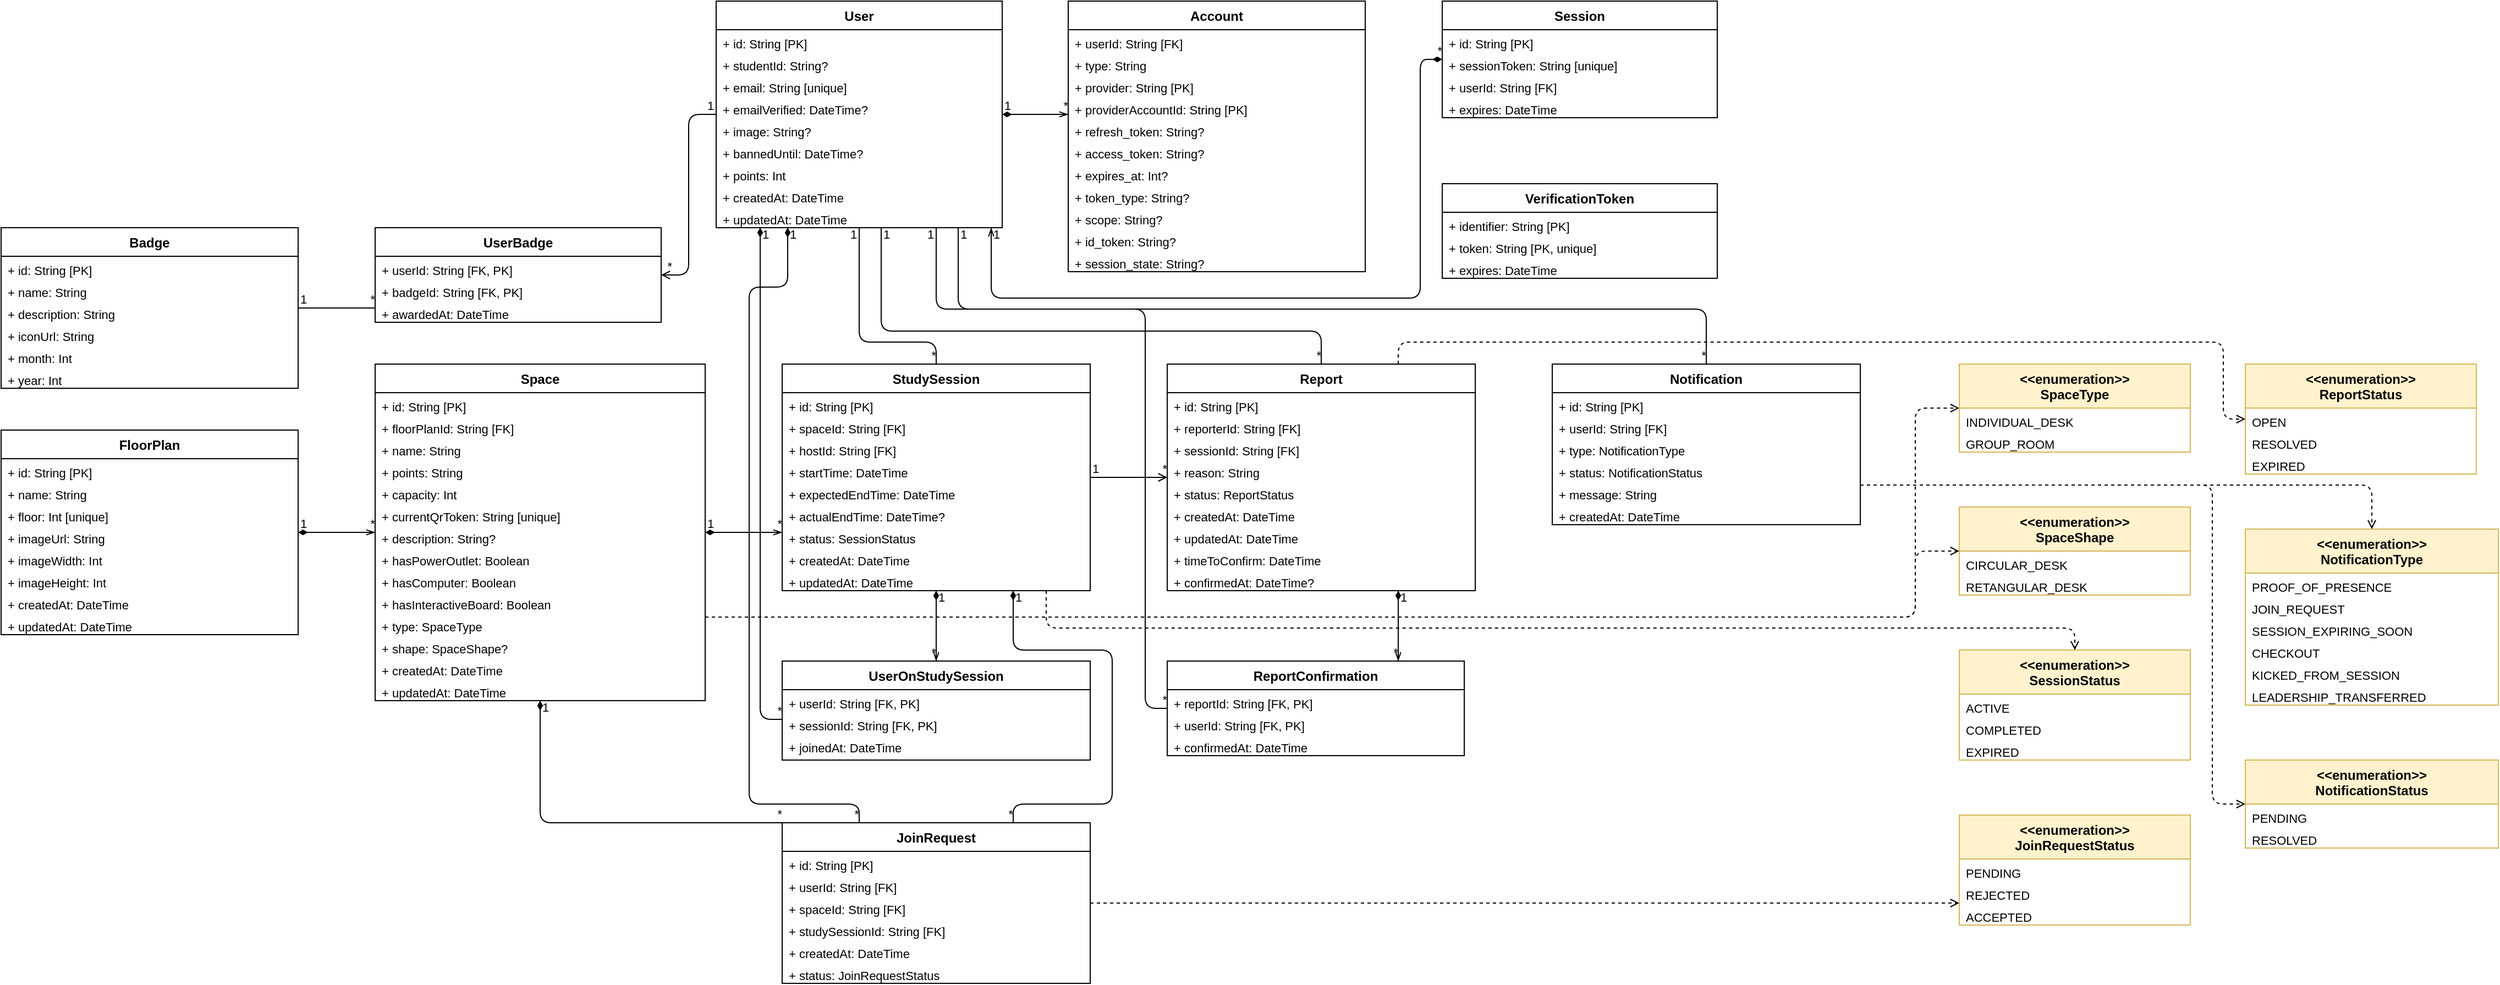
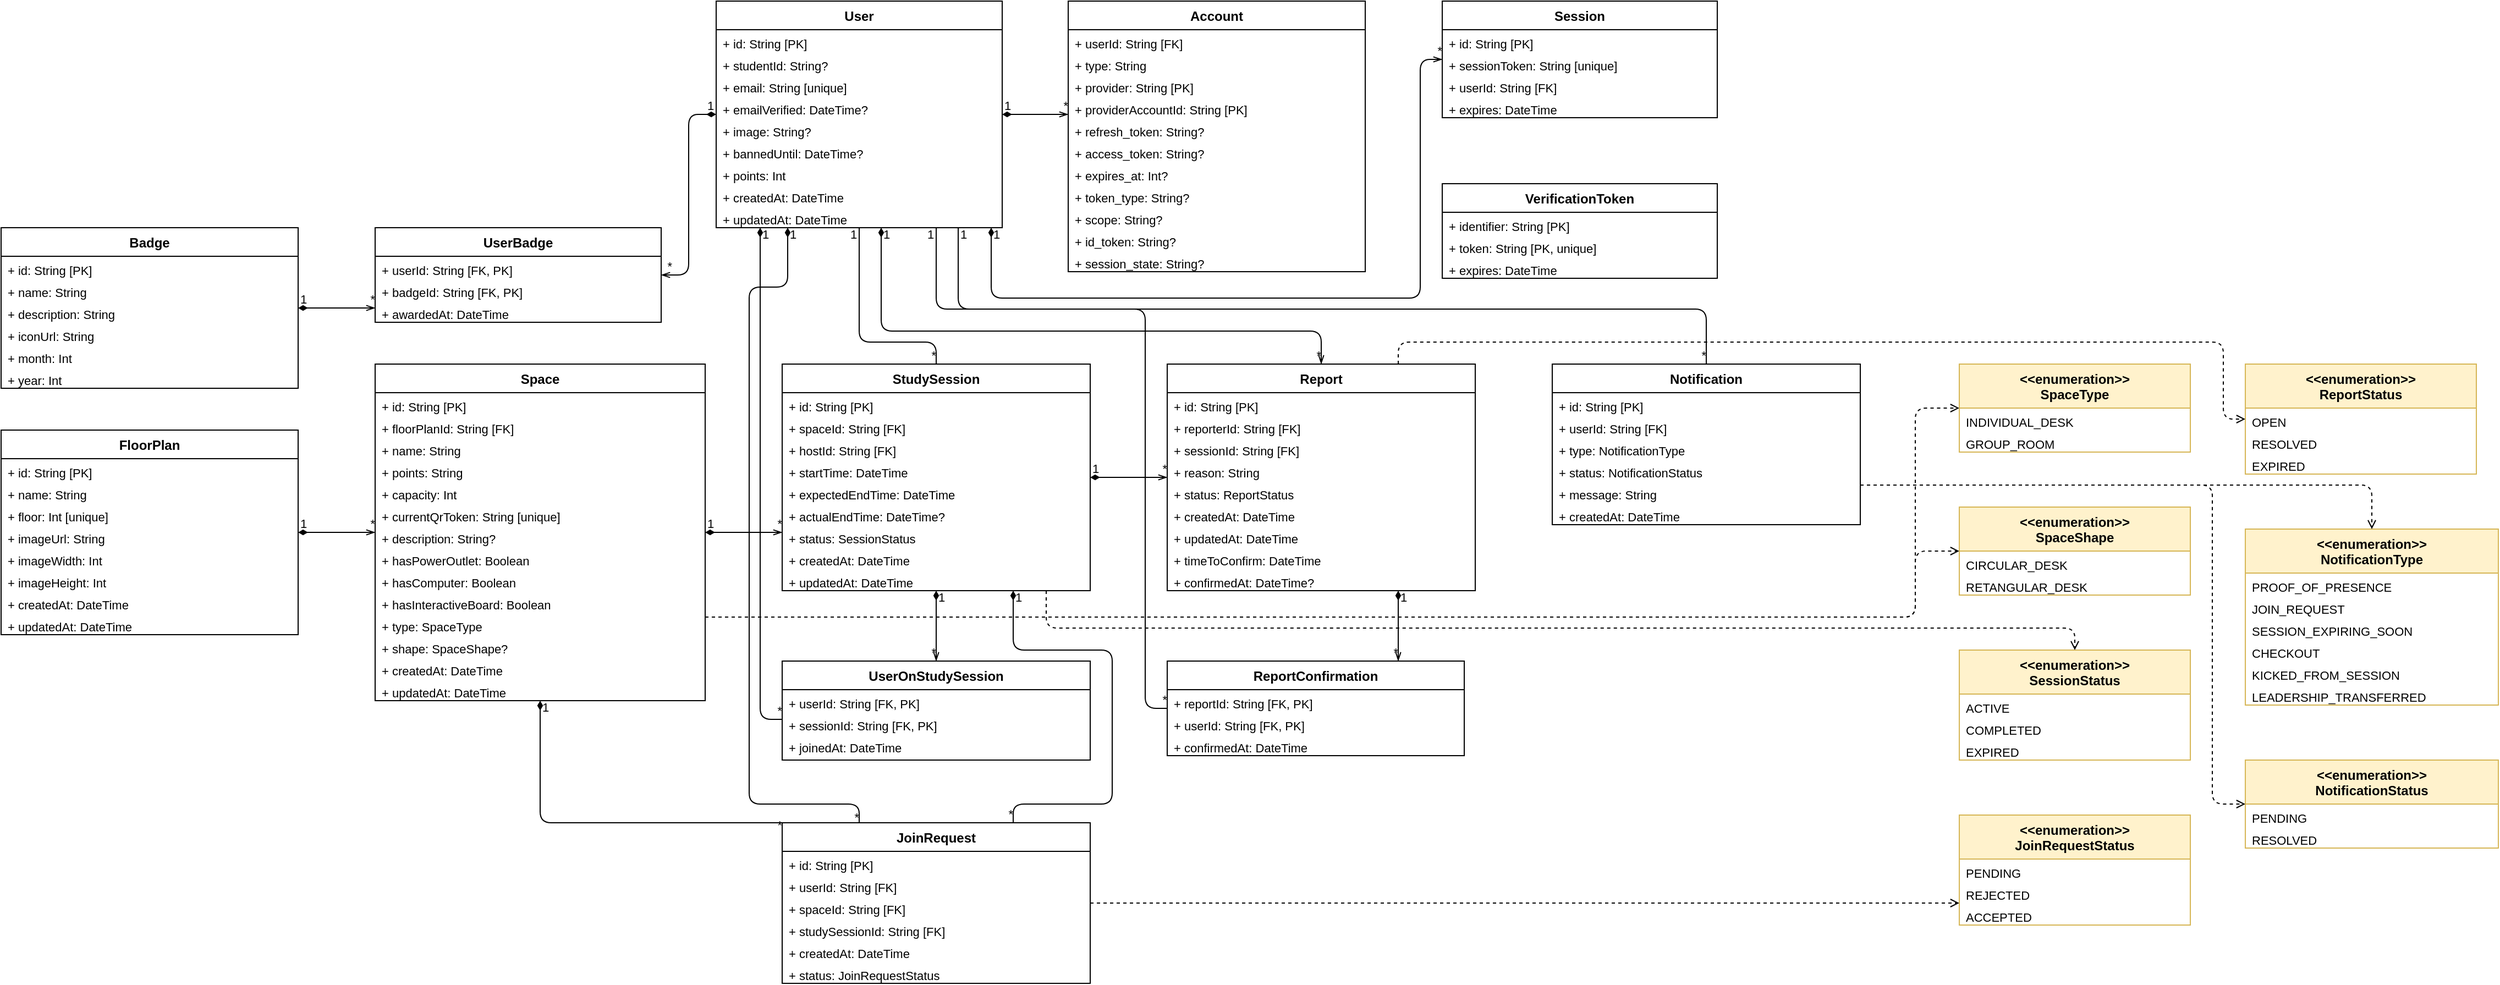
<mxfile host="65bd71144e">
    <diagram id="DdnBWMuHCvRa-rjZU-N_" name="Page-1">
-         <mxGraphModel dx="1306" dy="648" grid="1" gridSize="10" guides="1" tooltips="1" connect="1" arrows="1" fold="1" page="1" pageScale="1" pageWidth="2339" pageHeight="1654" math="0" shadow="0">
+         <mxGraphModel dx="1713" dy="691" grid="1" gridSize="10" guides="1" tooltips="1" connect="1" arrows="1" fold="1" page="1" pageScale="1" pageWidth="2339" pageHeight="1654" math="0" shadow="0">
            <root>
                <mxCell id="0"/>
                <mxCell id="1" parent="0"/>
                <mxCell id="768" value="User" style="swimlane;fontStyle=1;align=center;startSize=26;" parent="1" vertex="1">
                    <mxGeometry x="720" y="70" width="260" height="206" as="geometry"/>
                </mxCell>
                <mxCell id="769" value="+ id: String [PK]" style="text;strokeColor=none;fillColor=none;align=left;spacingLeft=4;fontSize=11;" parent="768" vertex="1">
                    <mxGeometry y="26" width="260" height="20" as="geometry"/>
                </mxCell>
                <mxCell id="770" value="+ studentId: String?" style="text;strokeColor=none;fillColor=none;align=left;spacingLeft=4;fontSize=11;" parent="768" vertex="1">
                    <mxGeometry y="46" width="260" height="20" as="geometry"/>
                </mxCell>
                <mxCell id="771" value="+ email: String [unique]" style="text;strokeColor=none;fillColor=none;align=left;spacingLeft=4;fontSize=11;" parent="768" vertex="1">
                    <mxGeometry y="66" width="260" height="20" as="geometry"/>
                </mxCell>
                <mxCell id="772" value="+ emailVerified: DateTime?" style="text;strokeColor=none;fillColor=none;align=left;spacingLeft=4;fontSize=11;" parent="768" vertex="1">
                    <mxGeometry y="86" width="260" height="20" as="geometry"/>
                </mxCell>
                <mxCell id="773" value="+ image: String?" style="text;strokeColor=none;fillColor=none;align=left;spacingLeft=4;fontSize=11;" parent="768" vertex="1">
                    <mxGeometry y="106" width="260" height="20" as="geometry"/>
                </mxCell>
                <mxCell id="774" value="+ bannedUntil: DateTime?" style="text;strokeColor=none;fillColor=none;align=left;spacingLeft=4;fontSize=11;" parent="768" vertex="1">
                    <mxGeometry y="126" width="260" height="20" as="geometry"/>
                </mxCell>
                <mxCell id="775" value="+ points: Int" style="text;strokeColor=none;fillColor=none;align=left;spacingLeft=4;fontSize=11;" parent="768" vertex="1">
                    <mxGeometry y="146" width="260" height="20" as="geometry"/>
                </mxCell>
                <mxCell id="776" value="+ createdAt: DateTime" style="text;strokeColor=none;fillColor=none;align=left;spacingLeft=4;fontSize=11;" parent="768" vertex="1">
                    <mxGeometry y="166" width="260" height="20" as="geometry"/>
                </mxCell>
                <mxCell id="777" value="+ updatedAt: DateTime" style="text;strokeColor=none;fillColor=none;align=left;spacingLeft=4;fontSize=11;" parent="768" vertex="1">
                    <mxGeometry y="186" width="260" height="20" as="geometry"/>
                </mxCell>
                <mxCell id="778" value="Account" style="swimlane;fontStyle=1;align=center;startSize=26;" parent="1" vertex="1">
                    <mxGeometry x="1040" y="70" width="270" height="246" as="geometry"/>
                </mxCell>
                <mxCell id="779" value="+ userId: String [FK]" style="text;strokeColor=none;fillColor=none;align=left;spacingLeft=4;fontSize=11;" parent="778" vertex="1">
                    <mxGeometry y="26" width="270" height="20" as="geometry"/>
                </mxCell>
                <mxCell id="780" value="+ type: String" style="text;strokeColor=none;fillColor=none;align=left;spacingLeft=4;fontSize=11;" parent="778" vertex="1">
                    <mxGeometry y="46" width="270" height="20" as="geometry"/>
                </mxCell>
                <mxCell id="781" value="+ provider: String [PK]" style="text;strokeColor=none;fillColor=none;align=left;spacingLeft=4;fontSize=11;" parent="778" vertex="1">
                    <mxGeometry y="66" width="270" height="20" as="geometry"/>
                </mxCell>
                <mxCell id="782" value="+ providerAccountId: String [PK]" style="text;strokeColor=none;fillColor=none;align=left;spacingLeft=4;fontSize=11;" parent="778" vertex="1">
                    <mxGeometry y="86" width="270" height="20" as="geometry"/>
                </mxCell>
                <mxCell id="783" value="+ refresh_token: String?" style="text;strokeColor=none;fillColor=none;align=left;spacingLeft=4;fontSize=11;" parent="778" vertex="1">
                    <mxGeometry y="106" width="270" height="20" as="geometry"/>
                </mxCell>
                <mxCell id="784" value="+ access_token: String?" style="text;strokeColor=none;fillColor=none;align=left;spacingLeft=4;fontSize=11;" parent="778" vertex="1">
                    <mxGeometry y="126" width="270" height="20" as="geometry"/>
                </mxCell>
                <mxCell id="785" value="+ expires_at: Int?" style="text;strokeColor=none;fillColor=none;align=left;spacingLeft=4;fontSize=11;" parent="778" vertex="1">
                    <mxGeometry y="146" width="270" height="20" as="geometry"/>
                </mxCell>
                <mxCell id="786" value="+ token_type: String?" style="text;strokeColor=none;fillColor=none;align=left;spacingLeft=4;fontSize=11;" parent="778" vertex="1">
                    <mxGeometry y="166" width="270" height="20" as="geometry"/>
                </mxCell>
                <mxCell id="787" value="+ scope: String?" style="text;strokeColor=none;fillColor=none;align=left;spacingLeft=4;fontSize=11;" parent="778" vertex="1">
                    <mxGeometry y="186" width="270" height="20" as="geometry"/>
                </mxCell>
                <mxCell id="788" value="+ id_token: String?" style="text;strokeColor=none;fillColor=none;align=left;spacingLeft=4;fontSize=11;" parent="778" vertex="1">
                    <mxGeometry y="206" width="270" height="20" as="geometry"/>
                </mxCell>
                <mxCell id="789" value="+ session_state: String?" style="text;strokeColor=none;fillColor=none;align=left;spacingLeft=4;fontSize=11;" parent="778" vertex="1">
                    <mxGeometry y="226" width="270" height="20" as="geometry"/>
                </mxCell>
                <mxCell id="790" value="Session" style="swimlane;fontStyle=1;align=center;startSize=26;" parent="1" vertex="1">
                    <mxGeometry x="1380" y="70" width="250" height="106" as="geometry"/>
                </mxCell>
                <mxCell id="791" value="+ id: String [PK]" style="text;strokeColor=none;fillColor=none;align=left;spacingLeft=4;fontSize=11;" parent="790" vertex="1">
                    <mxGeometry y="26" width="250" height="20" as="geometry"/>
                </mxCell>
                <mxCell id="792" value="+ sessionToken: String [unique]" style="text;strokeColor=none;fillColor=none;align=left;spacingLeft=4;fontSize=11;" parent="790" vertex="1">
                    <mxGeometry y="46" width="250" height="20" as="geometry"/>
                </mxCell>
                <mxCell id="793" value="+ userId: String [FK]" style="text;strokeColor=none;fillColor=none;align=left;spacingLeft=4;fontSize=11;" parent="790" vertex="1">
                    <mxGeometry y="66" width="250" height="20" as="geometry"/>
                </mxCell>
                <mxCell id="794" value="+ expires: DateTime" style="text;strokeColor=none;fillColor=none;align=left;spacingLeft=4;fontSize=11;" parent="790" vertex="1">
                    <mxGeometry y="86" width="250" height="20" as="geometry"/>
                </mxCell>
                <mxCell id="795" value="VerificationToken" style="swimlane;fontStyle=1;align=center;startSize=26;" parent="1" vertex="1">
                    <mxGeometry x="1380" y="236" width="250" height="86" as="geometry"/>
                </mxCell>
                <mxCell id="796" value="+ identifier: String [PK]" style="text;strokeColor=none;fillColor=none;align=left;spacingLeft=4;fontSize=11;" parent="795" vertex="1">
                    <mxGeometry y="26" width="250" height="20" as="geometry"/>
                </mxCell>
                <mxCell id="797" value="+ token: String [PK, unique]" style="text;strokeColor=none;fillColor=none;align=left;spacingLeft=4;fontSize=11;" parent="795" vertex="1">
                    <mxGeometry y="46" width="250" height="20" as="geometry"/>
                </mxCell>
                <mxCell id="798" value="+ expires: DateTime" style="text;strokeColor=none;fillColor=none;align=left;spacingLeft=4;fontSize=11;" parent="795" vertex="1">
                    <mxGeometry y="66" width="250" height="20" as="geometry"/>
                </mxCell>
                <mxCell id="799" value="FloorPlan" style="swimlane;fontStyle=1;align=center;startSize=26;" parent="1" vertex="1">
                    <mxGeometry x="70" y="460" width="270" height="186" as="geometry"/>
                </mxCell>
                <mxCell id="800" value="+ id: String [PK]" style="text;strokeColor=none;fillColor=none;align=left;spacingLeft=4;fontSize=11;" parent="799" vertex="1">
                    <mxGeometry y="26" width="270" height="20" as="geometry"/>
                </mxCell>
                <mxCell id="801" value="+ name: String" style="text;strokeColor=none;fillColor=none;align=left;spacingLeft=4;fontSize=11;" parent="799" vertex="1">
                    <mxGeometry y="46" width="270" height="20" as="geometry"/>
                </mxCell>
                <mxCell id="802" value="+ floor: Int [unique]" style="text;strokeColor=none;fillColor=none;align=left;spacingLeft=4;fontSize=11;" parent="799" vertex="1">
                    <mxGeometry y="66" width="270" height="20" as="geometry"/>
                </mxCell>
                <mxCell id="803" value="+ imageUrl: String" style="text;strokeColor=none;fillColor=none;align=left;spacingLeft=4;fontSize=11;" parent="799" vertex="1">
                    <mxGeometry y="86" width="270" height="20" as="geometry"/>
                </mxCell>
                <mxCell id="804" value="+ imageWidth: Int" style="text;strokeColor=none;fillColor=none;align=left;spacingLeft=4;fontSize=11;" parent="799" vertex="1">
                    <mxGeometry y="106" width="270" height="20" as="geometry"/>
                </mxCell>
                <mxCell id="805" value="+ imageHeight: Int" style="text;strokeColor=none;fillColor=none;align=left;spacingLeft=4;fontSize=11;" parent="799" vertex="1">
                    <mxGeometry y="126" width="270" height="20" as="geometry"/>
                </mxCell>
                <mxCell id="806" value="+ createdAt: DateTime" style="text;strokeColor=none;fillColor=none;align=left;spacingLeft=4;fontSize=11;" parent="799" vertex="1">
                    <mxGeometry y="146" width="270" height="20" as="geometry"/>
                </mxCell>
                <mxCell id="807" value="+ updatedAt: DateTime" style="text;strokeColor=none;fillColor=none;align=left;spacingLeft=4;fontSize=11;" parent="799" vertex="1">
                    <mxGeometry y="166" width="270" height="20" as="geometry"/>
                </mxCell>
                <mxCell id="808" value="Space" style="swimlane;fontStyle=1;align=center;startSize=26;" parent="1" vertex="1">
                    <mxGeometry x="410" y="400" width="300" height="306" as="geometry"/>
                </mxCell>
                <mxCell id="809" value="+ id: String [PK]" style="text;strokeColor=none;fillColor=none;align=left;spacingLeft=4;fontSize=11;" parent="808" vertex="1">
                    <mxGeometry y="26" width="300" height="20" as="geometry"/>
                </mxCell>
                <mxCell id="810" value="+ floorPlanId: String [FK]" style="text;strokeColor=none;fillColor=none;align=left;spacingLeft=4;fontSize=11;" parent="808" vertex="1">
                    <mxGeometry y="46" width="300" height="20" as="geometry"/>
                </mxCell>
                <mxCell id="811" value="+ name: String" style="text;strokeColor=none;fillColor=none;align=left;spacingLeft=4;fontSize=11;" parent="808" vertex="1">
                    <mxGeometry y="66" width="300" height="20" as="geometry"/>
                </mxCell>
                <mxCell id="812" value="+ points: String" style="text;strokeColor=none;fillColor=none;align=left;spacingLeft=4;fontSize=11;" parent="808" vertex="1">
                    <mxGeometry y="86" width="300" height="20" as="geometry"/>
                </mxCell>
                <mxCell id="813" value="+ capacity: Int" style="text;strokeColor=none;fillColor=none;align=left;spacingLeft=4;fontSize=11;" parent="808" vertex="1">
                    <mxGeometry y="106" width="300" height="20" as="geometry"/>
                </mxCell>
                <mxCell id="814" value="+ currentQrToken: String [unique]" style="text;strokeColor=none;fillColor=none;align=left;spacingLeft=4;fontSize=11;" parent="808" vertex="1">
                    <mxGeometry y="126" width="300" height="20" as="geometry"/>
                </mxCell>
                <mxCell id="815" value="+ description: String?" style="text;strokeColor=none;fillColor=none;align=left;spacingLeft=4;fontSize=11;" parent="808" vertex="1">
                    <mxGeometry y="146" width="300" height="20" as="geometry"/>
                </mxCell>
                <mxCell id="816" value="+ hasPowerOutlet: Boolean" style="text;strokeColor=none;fillColor=none;align=left;spacingLeft=4;fontSize=11;" parent="808" vertex="1">
                    <mxGeometry y="166" width="300" height="20" as="geometry"/>
                </mxCell>
                <mxCell id="817" value="+ hasComputer: Boolean" style="text;strokeColor=none;fillColor=none;align=left;spacingLeft=4;fontSize=11;" parent="808" vertex="1">
                    <mxGeometry y="186" width="300" height="20" as="geometry"/>
                </mxCell>
                <mxCell id="818" value="+ hasInteractiveBoard: Boolean" style="text;strokeColor=none;fillColor=none;align=left;spacingLeft=4;fontSize=11;" parent="808" vertex="1">
                    <mxGeometry y="206" width="300" height="20" as="geometry"/>
                </mxCell>
                <mxCell id="819" value="+ type: SpaceType" style="text;strokeColor=none;fillColor=none;align=left;spacingLeft=4;fontSize=11;" parent="808" vertex="1">
                    <mxGeometry y="226" width="300" height="20" as="geometry"/>
                </mxCell>
                <mxCell id="820" value="+ shape: SpaceShape?" style="text;strokeColor=none;fillColor=none;align=left;spacingLeft=4;fontSize=11;" parent="808" vertex="1">
                    <mxGeometry y="246" width="300" height="20" as="geometry"/>
                </mxCell>
                <mxCell id="821" value="+ createdAt: DateTime" style="text;strokeColor=none;fillColor=none;align=left;spacingLeft=4;fontSize=11;" parent="808" vertex="1">
                    <mxGeometry y="266" width="300" height="20" as="geometry"/>
                </mxCell>
                <mxCell id="822" value="+ updatedAt: DateTime" style="text;strokeColor=none;fillColor=none;align=left;spacingLeft=4;fontSize=11;" parent="808" vertex="1">
                    <mxGeometry y="286" width="300" height="20" as="geometry"/>
                </mxCell>
                <mxCell id="823" value="StudySession" style="swimlane;fontStyle=1;align=center;startSize=26;" parent="1" vertex="1">
                    <mxGeometry x="780" y="400" width="280" height="206" as="geometry"/>
                </mxCell>
                <mxCell id="824" value="+ id: String [PK]" style="text;strokeColor=none;fillColor=none;align=left;spacingLeft=4;fontSize=11;" parent="823" vertex="1">
                    <mxGeometry y="26" width="280" height="20" as="geometry"/>
                </mxCell>
                <mxCell id="825" value="+ spaceId: String [FK]" style="text;strokeColor=none;fillColor=none;align=left;spacingLeft=4;fontSize=11;" parent="823" vertex="1">
                    <mxGeometry y="46" width="280" height="20" as="geometry"/>
                </mxCell>
                <mxCell id="826" value="+ hostId: String [FK]" style="text;strokeColor=none;fillColor=none;align=left;spacingLeft=4;fontSize=11;" parent="823" vertex="1">
                    <mxGeometry y="66" width="280" height="20" as="geometry"/>
                </mxCell>
                <mxCell id="827" value="+ startTime: DateTime" style="text;strokeColor=none;fillColor=none;align=left;spacingLeft=4;fontSize=11;" parent="823" vertex="1">
                    <mxGeometry y="86" width="280" height="20" as="geometry"/>
                </mxCell>
                <mxCell id="828" value="+ expectedEndTime: DateTime" style="text;strokeColor=none;fillColor=none;align=left;spacingLeft=4;fontSize=11;" parent="823" vertex="1">
                    <mxGeometry y="106" width="280" height="20" as="geometry"/>
                </mxCell>
                <mxCell id="829" value="+ actualEndTime: DateTime?" style="text;strokeColor=none;fillColor=none;align=left;spacingLeft=4;fontSize=11;" parent="823" vertex="1">
                    <mxGeometry y="126" width="280" height="20" as="geometry"/>
                </mxCell>
                <mxCell id="830" value="+ status: SessionStatus" style="text;strokeColor=none;fillColor=none;align=left;spacingLeft=4;fontSize=11;" parent="823" vertex="1">
                    <mxGeometry y="146" width="280" height="20" as="geometry"/>
                </mxCell>
                <mxCell id="831" value="+ createdAt: DateTime" style="text;strokeColor=none;fillColor=none;align=left;spacingLeft=4;fontSize=11;" parent="823" vertex="1">
                    <mxGeometry y="166" width="280" height="20" as="geometry"/>
                </mxCell>
                <mxCell id="832" value="+ updatedAt: DateTime" style="text;strokeColor=none;fillColor=none;align=left;spacingLeft=4;fontSize=11;" parent="823" vertex="1">
                    <mxGeometry y="186" width="280" height="20" as="geometry"/>
                </mxCell>
                <mxCell id="833" value="UserOnStudySession" style="swimlane;fontStyle=1;align=center;startSize=26;" parent="1" vertex="1">
                    <mxGeometry x="780" y="670" width="280" height="90" as="geometry"/>
                </mxCell>
                <mxCell id="834" value="+ userId: String [FK, PK]" style="text;strokeColor=none;fillColor=none;align=left;spacingLeft=4;fontSize=11;" parent="833" vertex="1">
                    <mxGeometry y="26" width="280" height="20" as="geometry"/>
                </mxCell>
                <mxCell id="835" value="+ sessionId: String [FK, PK]" style="text;strokeColor=none;fillColor=none;align=left;spacingLeft=4;fontSize=11;" parent="833" vertex="1">
                    <mxGeometry y="46" width="280" height="20" as="geometry"/>
                </mxCell>
                <mxCell id="837" value="+ joinedAt: DateTime" style="text;strokeColor=none;fillColor=none;align=left;spacingLeft=4;fontSize=11;" parent="833" vertex="1">
                    <mxGeometry y="66" width="280" height="20" as="geometry"/>
                </mxCell>
                <mxCell id="838" value="Report" style="swimlane;fontStyle=1;align=center;startSize=26;" parent="1" vertex="1">
                    <mxGeometry x="1130" y="400" width="280" height="206" as="geometry"/>
                </mxCell>
                <mxCell id="839" value="+ id: String [PK]" style="text;strokeColor=none;fillColor=none;align=left;spacingLeft=4;fontSize=11;" parent="838" vertex="1">
                    <mxGeometry y="26" width="280" height="20" as="geometry"/>
                </mxCell>
                <mxCell id="840" value="+ reporterId: String [FK]" style="text;strokeColor=none;fillColor=none;align=left;spacingLeft=4;fontSize=11;" parent="838" vertex="1">
                    <mxGeometry y="46" width="280" height="20" as="geometry"/>
                </mxCell>
                <mxCell id="841" value="+ sessionId: String [FK]" style="text;strokeColor=none;fillColor=none;align=left;spacingLeft=4;fontSize=11;" parent="838" vertex="1">
                    <mxGeometry y="66" width="280" height="20" as="geometry"/>
                </mxCell>
                <mxCell id="842" value="+ reason: String" style="text;strokeColor=none;fillColor=none;align=left;spacingLeft=4;fontSize=11;" parent="838" vertex="1">
                    <mxGeometry y="86" width="280" height="20" as="geometry"/>
                </mxCell>
                <mxCell id="843" value="+ status: ReportStatus" style="text;strokeColor=none;fillColor=none;align=left;spacingLeft=4;fontSize=11;" parent="838" vertex="1">
                    <mxGeometry y="106" width="280" height="20" as="geometry"/>
                </mxCell>
                <mxCell id="844" value="+ createdAt: DateTime" style="text;strokeColor=none;fillColor=none;align=left;spacingLeft=4;fontSize=11;" parent="838" vertex="1">
                    <mxGeometry y="126" width="280" height="20" as="geometry"/>
                </mxCell>
                <mxCell id="845" value="+ updatedAt: DateTime" style="text;strokeColor=none;fillColor=none;align=left;spacingLeft=4;fontSize=11;" parent="838" vertex="1">
                    <mxGeometry y="146" width="280" height="20" as="geometry"/>
                </mxCell>
                <mxCell id="846" value="+ timeToConfirm: DateTime" style="text;strokeColor=none;fillColor=none;align=left;spacingLeft=4;fontSize=11;" parent="838" vertex="1">
                    <mxGeometry y="166" width="280" height="20" as="geometry"/>
                </mxCell>
                <mxCell id="847" value="+ confirmedAt: DateTime?" style="text;strokeColor=none;fillColor=none;align=left;spacingLeft=4;fontSize=11;" parent="838" vertex="1">
                    <mxGeometry y="186" width="280" height="20" as="geometry"/>
                </mxCell>
                <mxCell id="848" value="ReportConfirmation" style="swimlane;fontStyle=1;align=center;startSize=26;" parent="1" vertex="1">
                    <mxGeometry x="1130" y="670" width="270" height="86" as="geometry"/>
                </mxCell>
                <mxCell id="849" value="+ reportId: String [FK, PK]" style="text;strokeColor=none;fillColor=none;align=left;spacingLeft=4;fontSize=11;" parent="848" vertex="1">
                    <mxGeometry y="26" width="270" height="20" as="geometry"/>
                </mxCell>
                <mxCell id="850" value="+ userId: String [FK, PK]" style="text;strokeColor=none;fillColor=none;align=left;spacingLeft=4;fontSize=11;" parent="848" vertex="1">
                    <mxGeometry y="46" width="270" height="20" as="geometry"/>
                </mxCell>
                <mxCell id="851" value="+ confirmedAt: DateTime" style="text;strokeColor=none;fillColor=none;align=left;spacingLeft=4;fontSize=11;" parent="848" vertex="1">
                    <mxGeometry y="66" width="270" height="20" as="geometry"/>
                </mxCell>
                <mxCell id="852" value="Notification" style="swimlane;fontStyle=1;align=center;startSize=26;" parent="1" vertex="1">
                    <mxGeometry x="1480" y="400" width="280" height="146" as="geometry"/>
                </mxCell>
                <mxCell id="853" value="+ id: String [PK]" style="text;strokeColor=none;fillColor=none;align=left;spacingLeft=4;fontSize=11;" parent="852" vertex="1">
                    <mxGeometry y="26" width="280" height="20" as="geometry"/>
                </mxCell>
                <mxCell id="854" value="+ userId: String [FK]" style="text;strokeColor=none;fillColor=none;align=left;spacingLeft=4;fontSize=11;" parent="852" vertex="1">
                    <mxGeometry y="46" width="280" height="20" as="geometry"/>
                </mxCell>
                <mxCell id="855" value="+ type: NotificationType" style="text;strokeColor=none;fillColor=none;align=left;spacingLeft=4;fontSize=11;" parent="852" vertex="1">
                    <mxGeometry y="66" width="280" height="20" as="geometry"/>
                </mxCell>
                <mxCell id="856" value="+ status: NotificationStatus" style="text;strokeColor=none;fillColor=none;align=left;spacingLeft=4;fontSize=11;" parent="852" vertex="1">
                    <mxGeometry y="86" width="280" height="20" as="geometry"/>
                </mxCell>
                <mxCell id="857" value="+ message: String" style="text;strokeColor=none;fillColor=none;align=left;spacingLeft=4;fontSize=11;" parent="852" vertex="1">
                    <mxGeometry y="106" width="280" height="20" as="geometry"/>
                </mxCell>
                <mxCell id="858" value="+ createdAt: DateTime" style="text;strokeColor=none;fillColor=none;align=left;spacingLeft=4;fontSize=11;" parent="852" vertex="1">
                    <mxGeometry y="126" width="280" height="20" as="geometry"/>
                </mxCell>
                <mxCell id="859" value="Badge" style="swimlane;fontStyle=1;align=center;startSize=26;" parent="1" vertex="1">
                    <mxGeometry x="70" y="276" width="270" height="146" as="geometry"/>
                </mxCell>
                <mxCell id="860" value="+ id: String [PK]" style="text;strokeColor=none;fillColor=none;align=left;spacingLeft=4;fontSize=11;" parent="859" vertex="1">
                    <mxGeometry y="26" width="270" height="20" as="geometry"/>
                </mxCell>
                <mxCell id="861" value="+ name: String" style="text;strokeColor=none;fillColor=none;align=left;spacingLeft=4;fontSize=11;" parent="859" vertex="1">
                    <mxGeometry y="46" width="270" height="20" as="geometry"/>
                </mxCell>
                <mxCell id="862" value="+ description: String" style="text;strokeColor=none;fillColor=none;align=left;spacingLeft=4;fontSize=11;" parent="859" vertex="1">
                    <mxGeometry y="66" width="270" height="20" as="geometry"/>
                </mxCell>
                <mxCell id="863" value="+ iconUrl: String" style="text;strokeColor=none;fillColor=none;align=left;spacingLeft=4;fontSize=11;" parent="859" vertex="1">
                    <mxGeometry y="86" width="270" height="20" as="geometry"/>
                </mxCell>
                <mxCell id="864" value="+ month: Int" style="text;strokeColor=none;fillColor=none;align=left;spacingLeft=4;fontSize=11;" parent="859" vertex="1">
                    <mxGeometry y="106" width="270" height="20" as="geometry"/>
                </mxCell>
                <mxCell id="865" value="+ year: Int" style="text;strokeColor=none;fillColor=none;align=left;spacingLeft=4;fontSize=11;" parent="859" vertex="1">
                    <mxGeometry y="126" width="270" height="20" as="geometry"/>
                </mxCell>
                <mxCell id="866" value="UserBadge" style="swimlane;fontStyle=1;align=center;startSize=26;" parent="1" vertex="1">
                    <mxGeometry x="410" y="276" width="260" height="86" as="geometry"/>
                </mxCell>
                <mxCell id="867" value="+ userId: String [FK, PK]" style="text;strokeColor=none;fillColor=none;align=left;spacingLeft=4;fontSize=11;" parent="866" vertex="1">
                    <mxGeometry y="26" width="260" height="20" as="geometry"/>
                </mxCell>
                <mxCell id="868" value="+ badgeId: String [FK, PK]" style="text;strokeColor=none;fillColor=none;align=left;spacingLeft=4;fontSize=11;" parent="866" vertex="1">
                    <mxGeometry y="46" width="260" height="20" as="geometry"/>
                </mxCell>
                <mxCell id="869" value="+ awardedAt: DateTime" style="text;strokeColor=none;fillColor=none;align=left;spacingLeft=4;fontSize=11;" parent="866" vertex="1">
                    <mxGeometry y="66" width="260" height="20" as="geometry"/>
                </mxCell>
                <mxCell id="870" value="&lt;&lt;enumeration&gt;&gt;&#xa;SpaceType" style="swimlane;fontStyle=1;align=center;startSize=40;fillColor=#fff2cc;strokeColor=#d6b656;" parent="1" vertex="1">
                    <mxGeometry x="1850" y="400" width="210" height="80" as="geometry"/>
                </mxCell>
                <mxCell id="871" value="INDIVIDUAL_DESK" style="text;strokeColor=none;fillColor=none;align=left;spacingLeft=4;fontSize=11;" parent="870" vertex="1">
                    <mxGeometry y="40" width="210" height="20" as="geometry"/>
                </mxCell>
                <mxCell id="872" value="GROUP_ROOM" style="text;strokeColor=none;fillColor=none;align=left;spacingLeft=4;fontSize=11;" parent="870" vertex="1">
                    <mxGeometry y="60" width="210" height="20" as="geometry"/>
                </mxCell>
                <mxCell id="873" value="&lt;&lt;enumeration&gt;&gt;&#xa;SpaceShape" style="swimlane;fontStyle=1;align=center;startSize=40;fillColor=#fff2cc;strokeColor=#d6b656;" parent="1" vertex="1">
                    <mxGeometry x="1850" y="530" width="210" height="80" as="geometry"/>
                </mxCell>
                <mxCell id="874" value="CIRCULAR_DESK" style="text;strokeColor=none;fillColor=none;align=left;spacingLeft=4;fontSize=11;" parent="873" vertex="1">
                    <mxGeometry y="40" width="210" height="20" as="geometry"/>
                </mxCell>
                <mxCell id="875" value="RETANGULAR_DESK" style="text;strokeColor=none;fillColor=none;align=left;spacingLeft=4;fontSize=11;" parent="873" vertex="1">
                    <mxGeometry y="60" width="210" height="20" as="geometry"/>
                </mxCell>
                <mxCell id="876" value="&lt;&lt;enumeration&gt;&gt;&#xa;SessionStatus" style="swimlane;fontStyle=1;align=center;startSize=40;fillColor=#fff2cc;strokeColor=#d6b656;" parent="1" vertex="1">
                    <mxGeometry x="1850" y="660" width="210" height="100" as="geometry"/>
                </mxCell>
                <mxCell id="877" value="ACTIVE" style="text;strokeColor=none;fillColor=none;align=left;spacingLeft=4;fontSize=11;" parent="876" vertex="1">
                    <mxGeometry y="40" width="210" height="20" as="geometry"/>
                </mxCell>
                <mxCell id="878" value="COMPLETED" style="text;strokeColor=none;fillColor=none;align=left;spacingLeft=4;fontSize=11;" parent="876" vertex="1">
                    <mxGeometry y="60" width="210" height="20" as="geometry"/>
                </mxCell>
                <mxCell id="879" value="EXPIRED" style="text;strokeColor=none;fillColor=none;align=left;spacingLeft=4;fontSize=11;" parent="876" vertex="1">
                    <mxGeometry y="80" width="210" height="20" as="geometry"/>
                </mxCell>
                <mxCell id="880" value="&lt;&lt;enumeration&gt;&gt;&#xa;JoinRequestStatus" style="swimlane;fontStyle=1;align=center;startSize=40;fillColor=#fff2cc;strokeColor=#d6b656;" parent="1" vertex="1">
                    <mxGeometry x="1850" y="810" width="210" height="100" as="geometry"/>
                </mxCell>
                <mxCell id="883" value="REJECTED" style="text;strokeColor=none;fillColor=none;align=left;spacingLeft=4;fontSize=11;" parent="880" vertex="1">
                    <mxGeometry y="60" width="210" height="20" as="geometry"/>
                </mxCell>
                <mxCell id="882" value="PENDING" style="text;strokeColor=none;fillColor=none;align=left;spacingLeft=4;fontSize=11;" parent="880" vertex="1">
                    <mxGeometry y="40" width="210" height="20" as="geometry"/>
                </mxCell>
                <mxCell id="881" value="ACCEPTED" style="text;strokeColor=none;fillColor=none;align=left;spacingLeft=4;fontSize=11;" parent="880" vertex="1">
                    <mxGeometry y="80" width="210" height="20" as="geometry"/>
                </mxCell>
                <mxCell id="884" value="&lt;&lt;enumeration&gt;&gt;&#xa;ReportStatus" style="swimlane;fontStyle=1;align=center;startSize=40;fillColor=#fff2cc;strokeColor=#d6b656;" parent="1" vertex="1">
                    <mxGeometry x="2110" y="400" width="210" height="100" as="geometry"/>
                </mxCell>
                <mxCell id="885" value="OPEN" style="text;strokeColor=none;fillColor=none;align=left;spacingLeft=4;fontSize=11;" parent="884" vertex="1">
                    <mxGeometry y="40" width="210" height="20" as="geometry"/>
                </mxCell>
                <mxCell id="886" value="RESOLVED" style="text;strokeColor=none;fillColor=none;align=left;spacingLeft=4;fontSize=11;" parent="884" vertex="1">
                    <mxGeometry y="60" width="210" height="20" as="geometry"/>
                </mxCell>
                <mxCell id="887" value="EXPIRED" style="text;strokeColor=none;fillColor=none;align=left;spacingLeft=4;fontSize=11;" parent="884" vertex="1">
                    <mxGeometry y="80" width="210" height="20" as="geometry"/>
                </mxCell>
                <mxCell id="888" value="&lt;&lt;enumeration&gt;&gt;&#xa;NotificationType" style="swimlane;fontStyle=1;align=center;startSize=40;fillColor=#fff2cc;strokeColor=#d6b656;" parent="1" vertex="1">
                    <mxGeometry x="2110" y="550" width="230" height="160" as="geometry"/>
                </mxCell>
                <mxCell id="889" value="PROOF_OF_PRESENCE" style="text;strokeColor=none;fillColor=none;align=left;spacingLeft=4;fontSize=11;" parent="888" vertex="1">
                    <mxGeometry y="40" width="230" height="20" as="geometry"/>
                </mxCell>
                <mxCell id="890" value="JOIN_REQUEST" style="text;strokeColor=none;fillColor=none;align=left;spacingLeft=4;fontSize=11;" parent="888" vertex="1">
                    <mxGeometry y="60" width="230" height="20" as="geometry"/>
                </mxCell>
                <mxCell id="891" value="SESSION_EXPIRING_SOON" style="text;strokeColor=none;fillColor=none;align=left;spacingLeft=4;fontSize=11;" parent="888" vertex="1">
                    <mxGeometry y="80" width="230" height="20" as="geometry"/>
                </mxCell>
                <mxCell id="892" value="CHECKOUT" style="text;strokeColor=none;fillColor=none;align=left;spacingLeft=4;fontSize=11;" parent="888" vertex="1">
                    <mxGeometry y="100" width="230" height="20" as="geometry"/>
                </mxCell>
                <mxCell id="893" value="KICKED_FROM_SESSION" style="text;strokeColor=none;fillColor=none;align=left;spacingLeft=4;fontSize=11;" parent="888" vertex="1">
                    <mxGeometry y="120" width="230" height="20" as="geometry"/>
                </mxCell>
                <mxCell id="894" value="LEADERSHIP_TRANSFERRED" style="text;strokeColor=none;fillColor=none;align=left;spacingLeft=4;fontSize=11;" parent="888" vertex="1">
                    <mxGeometry y="140" width="230" height="20" as="geometry"/>
                </mxCell>
                <mxCell id="895" value="&lt;&lt;enumeration&gt;&gt;&#xa;NotificationStatus" style="swimlane;fontStyle=1;align=center;startSize=40;fillColor=#fff2cc;strokeColor=#d6b656;" parent="1" vertex="1">
                    <mxGeometry x="2110" y="760" width="230" height="80" as="geometry"/>
                </mxCell>
                <mxCell id="896" value="PENDING" style="text;strokeColor=none;fillColor=none;align=left;spacingLeft=4;fontSize=11;" parent="895" vertex="1">
                    <mxGeometry y="40" width="230" height="20" as="geometry"/>
                </mxCell>
                <mxCell id="897" value="RESOLVED" style="text;strokeColor=none;fillColor=none;align=left;spacingLeft=4;fontSize=11;" parent="895" vertex="1">
                    <mxGeometry y="60" width="230" height="20" as="geometry"/>
                </mxCell>
                <mxCell id="898" value="" style="edgeStyle=orthogonalEdgeStyle;endArrow=openThin;endFill=0;startArrow=diamondThin;startFill=1;" parent="1" source="768" target="778" edge="1">
                    <mxGeometry relative="1" as="geometry">
                        <Array as="points">
                            <mxPoint x="980" y="170"/>
                            <mxPoint x="980" y="170"/>
                        </Array>
                    </mxGeometry>
                </mxCell>
                <mxCell id="899" value="1" style="resizable=0;html=1;align=left;verticalAlign=bottom;labelBackgroundColor=none;fontSize=11;" parent="898" connectable="0" vertex="1">
                    <mxGeometry x="-1" relative="1" as="geometry">
                        <mxPoint as="offset"/>
                    </mxGeometry>
                </mxCell>
                <mxCell id="900" value="*" style="resizable=0;html=1;align=right;verticalAlign=bottom;labelBackgroundColor=none;fontSize=11;" parent="898" connectable="0" vertex="1">
                    <mxGeometry x="1" relative="1" as="geometry">
                        <mxPoint as="offset"/>
                    </mxGeometry>
                </mxCell>
-                 <mxCell id="901" value="" style="edgeStyle=orthogonalEdgeStyle;endArrow=diamondThin;endFill=1;startArrow=openThin;startFill=0;" parent="1" source="768" target="790" edge="1">
+                 <mxCell id="901" value="" style="edgeStyle=orthogonalEdgeStyle;endArrow=openThin;endFill=0;startArrow=diamondThin;startFill=1;" parent="1" source="768" target="790" edge="1">
                    <mxGeometry relative="1" as="geometry">
                        <Array as="points">
                            <mxPoint x="970" y="340"/>
                            <mxPoint x="1360" y="340"/>
                            <mxPoint x="1360" y="123"/>
                        </Array>
                    </mxGeometry>
                </mxCell>
                <mxCell id="902" value="1" style="resizable=0;html=1;align=left;verticalAlign=bottom;labelBackgroundColor=none;fontSize=11;" parent="901" connectable="0" vertex="1">
                    <mxGeometry x="-1" relative="1" as="geometry">
                        <mxPoint y="14" as="offset"/>
                    </mxGeometry>
                </mxCell>
                <mxCell id="903" value="*" style="resizable=0;html=1;align=right;verticalAlign=bottom;labelBackgroundColor=none;fontSize=11;" parent="901" connectable="0" vertex="1">
                    <mxGeometry x="1" relative="1" as="geometry">
                        <mxPoint as="offset"/>
                    </mxGeometry>
                </mxCell>
                <mxCell id="904" value="" style="edgeStyle=orthogonalEdgeStyle;endArrow=openThin;endFill=0;startArrow=diamondThin;startFill=1;" parent="1" source="799" target="808" edge="1">
                    <mxGeometry relative="1" as="geometry"/>
                </mxCell>
                <mxCell id="905" value="1" style="resizable=0;html=1;align=left;verticalAlign=bottom;labelBackgroundColor=none;fontSize=11;" parent="904" connectable="0" vertex="1">
                    <mxGeometry x="-1" relative="1" as="geometry">
                        <mxPoint as="offset"/>
                    </mxGeometry>
                </mxCell>
                <mxCell id="906" value="*" style="resizable=0;html=1;align=right;verticalAlign=bottom;labelBackgroundColor=none;fontSize=11;" parent="904" connectable="0" vertex="1">
                    <mxGeometry x="1" relative="1" as="geometry">
                        <mxPoint as="offset"/>
                    </mxGeometry>
                </mxCell>
                <mxCell id="907" value="" style="edgeStyle=orthogonalEdgeStyle;endArrow=openThin;endFill=0;startArrow=diamondThin;startFill=1;" parent="1" source="808" target="823" edge="1">
                    <mxGeometry relative="1" as="geometry">
                        <Array as="points">
                            <mxPoint x="760" y="553"/>
                            <mxPoint x="760" y="553"/>
                        </Array>
                    </mxGeometry>
                </mxCell>
                <mxCell id="908" value="1" style="resizable=0;html=1;align=left;verticalAlign=bottom;labelBackgroundColor=none;fontSize=11;" parent="907" connectable="0" vertex="1">
                    <mxGeometry x="-1" relative="1" as="geometry">
                        <mxPoint as="offset"/>
                    </mxGeometry>
                </mxCell>
                <mxCell id="909" value="*" style="resizable=0;html=1;align=right;verticalAlign=bottom;labelBackgroundColor=none;fontSize=11;" parent="907" connectable="0" vertex="1">
                    <mxGeometry x="1" relative="1" as="geometry">
                        <mxPoint as="offset"/>
                    </mxGeometry>
                </mxCell>
                <mxCell id="910" value="" style="edgeStyle=orthogonalEdgeStyle;endArrow=none;endFill=0;startArrow=none;startFill=0;" parent="1" source="768" target="823" edge="1">
                    <mxGeometry relative="1" as="geometry">
                        <Array as="points">
                            <mxPoint x="850" y="380"/>
                            <mxPoint x="920" y="380"/>
                        </Array>
                    </mxGeometry>
                </mxCell>
                <mxCell id="911" value="1" style="resizable=0;html=1;align=left;verticalAlign=bottom;labelBackgroundColor=none;fontSize=11;" parent="910" connectable="0" vertex="1">
                    <mxGeometry x="-1" relative="1" as="geometry">
                        <mxPoint x="-10" y="14" as="offset"/>
                    </mxGeometry>
                </mxCell>
                <mxCell id="912" value="*" style="resizable=0;html=1;align=right;verticalAlign=bottom;labelBackgroundColor=none;fontSize=11;" parent="910" connectable="0" vertex="1">
                    <mxGeometry x="1" relative="1" as="geometry">
                        <mxPoint as="offset"/>
                    </mxGeometry>
                </mxCell>
                <mxCell id="913" value="" style="edgeStyle=orthogonalEdgeStyle;endArrow=openThin;endFill=0;startArrow=diamondThin;startFill=1;" parent="1" source="823" target="833" edge="1">
                    <mxGeometry relative="1" as="geometry"/>
                </mxCell>
                <mxCell id="914" value="1" style="resizable=0;html=1;align=left;verticalAlign=bottom;labelBackgroundColor=none;fontSize=11;" parent="913" connectable="0" vertex="1">
                    <mxGeometry x="-1" relative="1" as="geometry">
                        <mxPoint y="14" as="offset"/>
                    </mxGeometry>
                </mxCell>
                <mxCell id="915" value="*" style="resizable=0;html=1;align=right;verticalAlign=bottom;labelBackgroundColor=none;fontSize=11;" parent="913" connectable="0" vertex="1">
                    <mxGeometry x="1" relative="1" as="geometry">
                        <mxPoint as="offset"/>
                    </mxGeometry>
                </mxCell>
                <mxCell id="916" value="" style="edgeStyle=orthogonalEdgeStyle;endArrow=none;endFill=0;startArrow=diamondThin;startFill=1;" parent="1" source="768" target="833" edge="1">
                    <mxGeometry relative="1" as="geometry">
                        <Array as="points">
                            <mxPoint x="760" y="723"/>
                        </Array>
                    </mxGeometry>
                </mxCell>
                <mxCell id="917" value="1" style="resizable=0;html=1;align=left;verticalAlign=bottom;labelBackgroundColor=none;fontSize=11;" parent="916" connectable="0" vertex="1">
                    <mxGeometry x="-1" relative="1" as="geometry">
                        <mxPoint y="14" as="offset"/>
                    </mxGeometry>
                </mxCell>
                <mxCell id="918" value="*" style="resizable=0;html=1;align=right;verticalAlign=bottom;labelBackgroundColor=none;fontSize=11;" parent="916" connectable="0" vertex="1">
                    <mxGeometry x="1" relative="1" as="geometry">
                        <mxPoint as="offset"/>
                    </mxGeometry>
                </mxCell>
-                 <mxCell id="919" value="" style="edgeStyle=orthogonalEdgeStyle;endArrow=open;endFill=0;" parent="1" source="823" target="838" edge="1">
+                 <mxCell id="919" value="" style="edgeStyle=orthogonalEdgeStyle;endArrow=openThin;endFill=0;startArrow=diamondThin;startFill=1;" parent="1" source="823" target="838" edge="1">
                    <mxGeometry relative="1" as="geometry"/>
                </mxCell>
                <mxCell id="920" value="1" style="resizable=0;html=1;align=left;verticalAlign=bottom;labelBackgroundColor=none;fontSize=11;" parent="919" connectable="0" vertex="1">
                    <mxGeometry x="-1" relative="1" as="geometry">
                        <mxPoint as="offset"/>
                    </mxGeometry>
                </mxCell>
                <mxCell id="921" value="*" style="resizable=0;html=1;align=right;verticalAlign=bottom;labelBackgroundColor=none;fontSize=11;" parent="919" connectable="0" vertex="1">
                    <mxGeometry x="1" relative="1" as="geometry">
                        <mxPoint as="offset"/>
                    </mxGeometry>
                </mxCell>
-                 <mxCell id="922" value="" style="edgeStyle=orthogonalEdgeStyle;endArrow=none;endFill=0;" parent="1" source="768" target="838" edge="1">
+                 <mxCell id="922" value="" style="edgeStyle=orthogonalEdgeStyle;endArrow=openThin;endFill=0;startArrow=diamondThin;startFill=1;" parent="1" source="768" target="838" edge="1">
                    <mxGeometry x="0.0008" relative="1" as="geometry">
                        <Array as="points">
                            <mxPoint x="870" y="370"/>
                            <mxPoint x="1270" y="370"/>
                        </Array>
                        <mxPoint as="offset"/>
                    </mxGeometry>
                </mxCell>
                <mxCell id="923" value="1" style="resizable=0;html=1;align=left;verticalAlign=bottom;labelBackgroundColor=none;fontSize=11;" parent="922" connectable="0" vertex="1">
                    <mxGeometry x="-1" relative="1" as="geometry">
                        <mxPoint y="14" as="offset"/>
                    </mxGeometry>
                </mxCell>
                <mxCell id="924" value="*" style="resizable=0;html=1;align=right;verticalAlign=bottom;labelBackgroundColor=none;fontSize=11;" parent="922" connectable="0" vertex="1">
                    <mxGeometry x="1" relative="1" as="geometry">
                        <mxPoint as="offset"/>
                    </mxGeometry>
                </mxCell>
                <mxCell id="925" value="" style="edgeStyle=orthogonalEdgeStyle;endArrow=openThin;endFill=0;exitX=0.75;exitY=1;exitDx=0;exitDy=0;startArrow=diamondThin;startFill=1;" parent="1" source="847" edge="1">
                    <mxGeometry relative="1" as="geometry">
                        <Array as="points">
                            <mxPoint x="1340" y="670"/>
                        </Array>
                        <mxPoint x="1340" y="670" as="targetPoint"/>
                    </mxGeometry>
                </mxCell>
                <mxCell id="926" value="1" style="resizable=0;html=1;align=left;verticalAlign=bottom;labelBackgroundColor=none;fontSize=11;" parent="925" connectable="0" vertex="1">
                    <mxGeometry x="-1" relative="1" as="geometry">
                        <mxPoint y="14" as="offset"/>
                    </mxGeometry>
                </mxCell>
                <mxCell id="927" value="*" style="resizable=0;html=1;align=right;verticalAlign=bottom;labelBackgroundColor=none;fontSize=11;" parent="925" connectable="0" vertex="1">
                    <mxGeometry x="1" relative="1" as="geometry">
                        <mxPoint as="offset"/>
                    </mxGeometry>
                </mxCell>
                <mxCell id="928" value="" style="edgeStyle=orthogonalEdgeStyle;endArrow=none;endFill=0;" parent="1" source="768" target="848" edge="1">
                    <mxGeometry relative="1" as="geometry">
                        <Array as="points">
                            <mxPoint x="940" y="350"/>
                            <mxPoint x="1110" y="350"/>
                            <mxPoint x="1110" y="713"/>
                        </Array>
                    </mxGeometry>
                </mxCell>
                <mxCell id="929" value="1" style="resizable=0;html=1;align=left;verticalAlign=bottom;labelBackgroundColor=none;fontSize=11;" parent="928" connectable="0" vertex="1">
                    <mxGeometry x="-1" relative="1" as="geometry">
                        <mxPoint y="14" as="offset"/>
                    </mxGeometry>
                </mxCell>
                <mxCell id="930" value="*" style="resizable=0;html=1;align=right;verticalAlign=bottom;labelBackgroundColor=none;fontSize=11;" parent="928" connectable="0" vertex="1">
                    <mxGeometry x="1" relative="1" as="geometry">
                        <mxPoint as="offset"/>
                    </mxGeometry>
                </mxCell>
                <mxCell id="931" value="" style="edgeStyle=orthogonalEdgeStyle;endArrow=none;endFill=0;" parent="1" source="768" target="852" edge="1">
                    <mxGeometry relative="1" as="geometry">
                        <Array as="points">
                            <mxPoint x="920" y="350"/>
                            <mxPoint x="1620" y="350"/>
                        </Array>
                    </mxGeometry>
                </mxCell>
                <mxCell id="932" value="1" style="resizable=0;html=1;align=left;verticalAlign=bottom;labelBackgroundColor=none;fontSize=11;" parent="931" connectable="0" vertex="1">
                    <mxGeometry x="-1" relative="1" as="geometry">
                        <mxPoint x="-10" y="14" as="offset"/>
                    </mxGeometry>
                </mxCell>
                <mxCell id="933" value="*" style="resizable=0;html=1;align=right;verticalAlign=bottom;labelBackgroundColor=none;fontSize=11;" parent="931" connectable="0" vertex="1">
                    <mxGeometry x="1" relative="1" as="geometry">
                        <mxPoint as="offset"/>
                    </mxGeometry>
                </mxCell>
-                 <mxCell id="934" value="" style="edgeStyle=orthogonalEdgeStyle;endArrow=open;endFill=0;" parent="1" source="768" target="866" edge="1">
+                 <mxCell id="934" value="" style="edgeStyle=orthogonalEdgeStyle;endArrow=openThin;endFill=0;startArrow=diamondThin;startFill=1;" parent="1" source="768" target="866" edge="1">
                    <mxGeometry relative="1" as="geometry"/>
                </mxCell>
                <mxCell id="935" value="1" style="resizable=0;html=1;align=left;verticalAlign=bottom;labelBackgroundColor=none;fontSize=11;" parent="934" connectable="0" vertex="1">
                    <mxGeometry x="-1" relative="1" as="geometry">
                        <mxPoint x="-10" as="offset"/>
                    </mxGeometry>
                </mxCell>
                <mxCell id="936" value="*" style="resizable=0;html=1;align=right;verticalAlign=bottom;labelBackgroundColor=none;fontSize=11;" parent="934" connectable="0" vertex="1">
                    <mxGeometry x="1" relative="1" as="geometry">
                        <mxPoint x="10" as="offset"/>
                    </mxGeometry>
                </mxCell>
-                 <mxCell id="937" value="" style="edgeStyle=orthogonalEdgeStyle;endArrow=none;endFill=0;" parent="1" source="859" target="866" edge="1">
+                 <mxCell id="937" value="" style="edgeStyle=orthogonalEdgeStyle;endArrow=openThin;endFill=0;startArrow=diamondThin;startFill=1;" parent="1" source="859" target="866" edge="1">
                    <mxGeometry relative="1" as="geometry">
                        <Array as="points">
                            <mxPoint x="205" y="320"/>
                        </Array>
                    </mxGeometry>
                </mxCell>
                <mxCell id="938" value="1" style="resizable=0;html=1;align=left;verticalAlign=bottom;labelBackgroundColor=none;fontSize=11;" parent="937" connectable="0" vertex="1">
                    <mxGeometry x="-1" relative="1" as="geometry">
                        <mxPoint as="offset"/>
                    </mxGeometry>
                </mxCell>
                <mxCell id="939" value="*" style="resizable=0;html=1;align=right;verticalAlign=bottom;labelBackgroundColor=none;fontSize=11;" parent="937" connectable="0" vertex="1">
                    <mxGeometry x="1" relative="1" as="geometry">
                        <mxPoint as="offset"/>
                    </mxGeometry>
                </mxCell>
                <mxCell id="940" value="" style="edgeStyle=orthogonalEdgeStyle;dashed=1;endArrow=open;endFill=0;" parent="1" source="808" target="870" edge="1">
                    <mxGeometry relative="1" as="geometry">
                        <Array as="points">
                            <mxPoint x="1810" y="630"/>
                            <mxPoint x="1810" y="440"/>
                        </Array>
                    </mxGeometry>
                </mxCell>
                <mxCell id="941" value="" style="edgeStyle=orthogonalEdgeStyle;dashed=1;endArrow=open;endFill=0;" parent="1" source="808" target="873" edge="1">
                    <mxGeometry relative="1" as="geometry">
                        <Array as="points">
                            <mxPoint x="1810" y="630"/>
                            <mxPoint x="1810" y="570"/>
                        </Array>
                    </mxGeometry>
                </mxCell>
                <mxCell id="942" value="" style="edgeStyle=orthogonalEdgeStyle;dashed=1;endArrow=open;endFill=0;" parent="1" source="823" target="876" edge="1">
                    <mxGeometry relative="1" as="geometry">
                        <Array as="points">
                            <mxPoint x="1020" y="640"/>
                            <mxPoint x="1955" y="640"/>
                        </Array>
                    </mxGeometry>
                </mxCell>
                <mxCell id="943" value="" style="edgeStyle=orthogonalEdgeStyle;dashed=1;endArrow=open;endFill=0;exitX=1;exitY=0.5;exitDx=0;exitDy=0;" parent="1" source="947" target="880" edge="1">
                    <mxGeometry relative="1" as="geometry">
                        <Array as="points">
                            <mxPoint x="1450" y="890"/>
                            <mxPoint x="1450" y="890"/>
                        </Array>
                        <mxPoint x="1090" y="880" as="sourcePoint"/>
                    </mxGeometry>
                </mxCell>
                <mxCell id="944" value="" style="edgeStyle=orthogonalEdgeStyle;dashed=1;endArrow=open;endFill=0;exitX=0.75;exitY=0;exitDx=0;exitDy=0;" parent="1" source="838" target="884" edge="1">
                    <mxGeometry relative="1" as="geometry">
                        <Array as="points">
                            <mxPoint x="1340" y="380"/>
                            <mxPoint x="2090" y="380"/>
                            <mxPoint x="2090" y="450"/>
                        </Array>
                    </mxGeometry>
                </mxCell>
                <mxCell id="945" value="" style="edgeStyle=orthogonalEdgeStyle;dashed=1;endArrow=open;endFill=0;" parent="1" source="852" target="888" edge="1">
                    <mxGeometry relative="1" as="geometry">
                        <Array as="points">
                            <mxPoint x="2225" y="510"/>
                        </Array>
                    </mxGeometry>
                </mxCell>
                <mxCell id="946" value="" style="edgeStyle=orthogonalEdgeStyle;dashed=1;endArrow=open;endFill=0;" parent="1" source="852" target="895" edge="1">
                    <mxGeometry relative="1" as="geometry">
                        <Array as="points">
                            <mxPoint x="2080" y="510"/>
                            <mxPoint x="2080" y="800"/>
                        </Array>
                    </mxGeometry>
                </mxCell>
                <mxCell id="947" value="JoinRequest" style="swimlane;fontStyle=1;align=center;startSize=26;" parent="1" vertex="1">
                    <mxGeometry x="780" y="817" width="280" height="146" as="geometry"/>
                </mxCell>
                <mxCell id="948" value="+ id: String [PK]" style="text;strokeColor=none;fillColor=none;align=left;spacingLeft=4;fontSize=11;" parent="947" vertex="1">
                    <mxGeometry y="26" width="260" height="20" as="geometry"/>
                </mxCell>
                <mxCell id="949" value="+ userId: String [FK]" style="text;strokeColor=none;fillColor=none;align=left;spacingLeft=4;fontSize=11;" parent="947" vertex="1">
                    <mxGeometry y="46" width="260" height="20" as="geometry"/>
                </mxCell>
                <mxCell id="950" value="+ spaceId: String [FK]" style="text;strokeColor=none;fillColor=none;align=left;spacingLeft=4;fontSize=11;" parent="947" vertex="1">
                    <mxGeometry y="66" width="260" height="20" as="geometry"/>
                </mxCell>
                <mxCell id="951" value="+ studySessionId: String [FK]" style="text;strokeColor=none;fillColor=none;align=left;spacingLeft=4;fontSize=11;" parent="947" vertex="1">
                    <mxGeometry y="86" width="260" height="20" as="geometry"/>
                </mxCell>
                <mxCell id="952" value="+ createdAt: DateTime" style="text;strokeColor=none;fillColor=none;align=left;spacingLeft=4;fontSize=11;" parent="947" vertex="1">
                    <mxGeometry y="106" width="260" height="20" as="geometry"/>
                </mxCell>
                <mxCell id="953" value="+ status: JoinRequestStatus" style="text;strokeColor=none;fillColor=none;align=left;spacingLeft=4;fontSize=11;" parent="947" vertex="1">
                    <mxGeometry y="126" width="260" height="20" as="geometry"/>
                </mxCell>
                <mxCell id="958" value="" style="edgeStyle=orthogonalEdgeStyle;endArrow=none;endFill=0;startArrow=diamondThin;startFill=1;entryX=0.25;entryY=0;entryDx=0;entryDy=0;exitX=0.25;exitY=1;exitDx=0;exitDy=0;" parent="1" source="777" target="947" edge="1">
                    <mxGeometry relative="1" as="geometry">
                        <Array as="points">
                            <mxPoint x="785" y="330"/>
                            <mxPoint x="750" y="330"/>
                            <mxPoint x="750" y="800"/>
                            <mxPoint x="850" y="800"/>
                        </Array>
                        <mxPoint x="780" y="270" as="sourcePoint"/>
                        <mxPoint x="790" y="733" as="targetPoint"/>
                    </mxGeometry>
                </mxCell>
                <mxCell id="959" value="1" style="resizable=0;html=1;align=left;verticalAlign=bottom;labelBackgroundColor=none;fontSize=11;" parent="958" connectable="0" vertex="1">
                    <mxGeometry x="-1" relative="1" as="geometry">
                        <mxPoint y="14" as="offset"/>
                    </mxGeometry>
                </mxCell>
                <mxCell id="960" value="*" style="resizable=0;html=1;align=right;verticalAlign=bottom;labelBackgroundColor=none;fontSize=11;" parent="958" connectable="0" vertex="1">
                    <mxGeometry x="1" relative="1" as="geometry">
-                         <mxPoint as="offset"/>
+                         <mxPoint y="3" as="offset"/>
                    </mxGeometry>
                </mxCell>
                <mxCell id="961" value="" style="edgeStyle=orthogonalEdgeStyle;endArrow=none;endFill=0;startArrow=diamondThin;startFill=1;entryX=0.75;entryY=0;entryDx=0;entryDy=0;exitX=0.75;exitY=1;exitDx=0;exitDy=0;" parent="1" source="832" target="947" edge="1">
                    <mxGeometry relative="1" as="geometry">
                        <Array as="points">
                            <mxPoint x="990" y="660"/>
                            <mxPoint x="1080" y="660"/>
                            <mxPoint x="1080" y="800"/>
                            <mxPoint x="990" y="800"/>
                        </Array>
                        <mxPoint x="795" y="286" as="sourcePoint"/>
                        <mxPoint x="860" y="827" as="targetPoint"/>
                    </mxGeometry>
                </mxCell>
                <mxCell id="962" value="1" style="resizable=0;html=1;align=left;verticalAlign=bottom;labelBackgroundColor=none;fontSize=11;" parent="961" connectable="0" vertex="1">
                    <mxGeometry x="-1" relative="1" as="geometry">
                        <mxPoint y="14" as="offset"/>
                    </mxGeometry>
                </mxCell>
                <mxCell id="963" value="*" style="resizable=0;html=1;align=right;verticalAlign=bottom;labelBackgroundColor=none;fontSize=11;" parent="961" connectable="0" vertex="1">
                    <mxGeometry x="1" relative="1" as="geometry">
                        <mxPoint as="offset"/>
                    </mxGeometry>
                </mxCell>
                <mxCell id="965" value="" style="edgeStyle=orthogonalEdgeStyle;endArrow=none;endFill=0;startArrow=diamondThin;startFill=1;entryX=0;entryY=0;entryDx=0;entryDy=0;exitX=0.5;exitY=1;exitDx=0;exitDy=0;" parent="1" source="822" target="947" edge="1">
                    <mxGeometry relative="1" as="geometry">
                        <Array as="points">
                            <mxPoint x="560" y="817"/>
                        </Array>
                        <mxPoint x="795" y="286" as="sourcePoint"/>
                        <mxPoint x="860" y="827" as="targetPoint"/>
                    </mxGeometry>
                </mxCell>
                <mxCell id="966" value="1" style="resizable=0;html=1;align=left;verticalAlign=bottom;labelBackgroundColor=none;fontSize=11;" parent="965" connectable="0" vertex="1">
                    <mxGeometry x="-1" relative="1" as="geometry">
                        <mxPoint y="14" as="offset"/>
                    </mxGeometry>
                </mxCell>
                <mxCell id="967" value="*" style="resizable=0;html=1;align=right;verticalAlign=bottom;labelBackgroundColor=none;fontSize=11;" parent="965" connectable="0" vertex="1">
                    <mxGeometry x="1" relative="1" as="geometry">
-                         <mxPoint as="offset"/>
+                         <mxPoint y="10" as="offset"/>
                    </mxGeometry>
                </mxCell>
            </root>
        </mxGraphModel>
    </diagram>
</mxfile>
